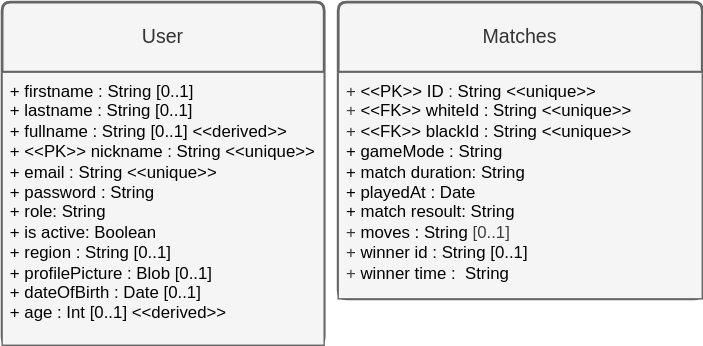
This is architecture/database-plannings/DB_UMLs.svg from baranyaigabor/NeuChessHu, a draw.io export, as it was before one commit. Source tidied: cells renumbered, new cells last; positions are measured from the earlier drawing's top-left corner, leaving out a move shared by most shapes.
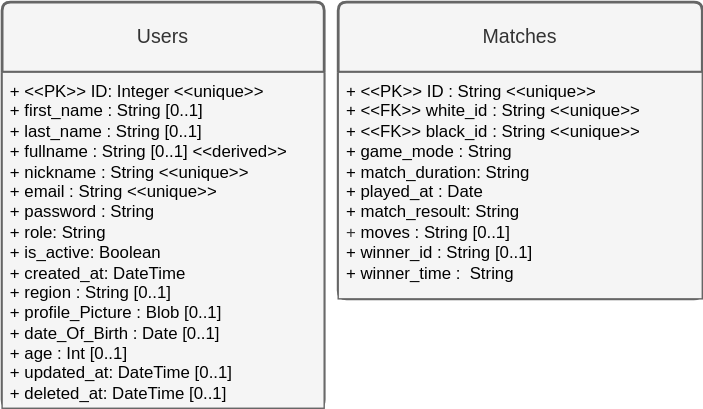
Later version of the same file.

Commit message:
Database UMLs updated

The edit, as a diff of the source:
```diff
@@ -2,17 +2,17 @@
   <root>
     <mxCell id="0" />
     <mxCell id="1" parent="0" />
-    <mxCell id="2" value="User" style="swimlane;horizontal=1;startSize=50;rounded=1;fontSize=14;fontStyle=0;strokeWidth=2;shadow=0;dashed=0;align=center;arcSize=4;whiteSpace=wrap;html=1;fillColor=#f5f5f5;fontColor=#333333;strokeColor=#666666;" parent="1" vertex="1">
-      <mxGeometry width="230" height="245" as="geometry" />
-    </mxCell>
-    <mxCell id="3" value="&lt;div&gt;&lt;font style=&quot;color: rgb(0, 0, 0);&quot;&gt;+ firstname : String&amp;nbsp;[0..1]&lt;/font&gt;&lt;/div&gt;&lt;div&gt;&lt;font style=&quot;color: rgb(0, 0, 0);&quot;&gt;+ lastname : String&amp;nbsp;[0..1]&lt;/font&gt;&lt;/div&gt;&lt;div&gt;&lt;font style=&quot;color: rgb(0, 0, 0);&quot;&gt;+ fullname : String&amp;nbsp;[0..1] &amp;lt;&amp;lt;derived&amp;gt;&amp;gt;&lt;/font&gt;&lt;/div&gt;&lt;div&gt;&lt;font&gt;&lt;font style=&quot;color: rgb(0, 0, 0);&quot;&gt;+&amp;nbsp;&lt;/font&gt;&lt;span style=&quot;background-color: transparent;&quot;&gt;&lt;font style=&quot;color: rgb(0, 0, 0);&quot;&gt;&amp;lt;&amp;lt;PK&amp;gt;&amp;gt;&lt;/font&gt;&lt;/span&gt;&lt;font&gt;&lt;span style=&quot;color: rgb(51, 51, 51); background-color: transparent;&quot;&gt;&amp;nbsp;&lt;/span&gt;&lt;span style=&quot;background-color: transparent; color: rgb(63, 63, 63);&quot;&gt;&lt;font style=&quot;color: rgb(0, 0, 0);&quot;&gt;nickname : String&amp;nbsp;&amp;lt;&amp;lt;unique&amp;gt;&amp;gt;&lt;/font&gt;&lt;/span&gt;&lt;/font&gt;&lt;/font&gt;&lt;/div&gt;&lt;div&gt;&lt;font&gt;&lt;font style=&quot;color: rgb(0, 0, 0);&quot;&gt;+ email : String&amp;nbsp;&lt;/font&gt;&lt;span style=&quot;background-color: transparent; color: rgb(63, 63, 63);&quot;&gt;&lt;font style=&quot;color: rgb(0, 0, 0);&quot;&gt;&amp;lt;&amp;lt;unique&amp;gt;&amp;gt;&lt;/font&gt;&lt;/span&gt;&lt;/font&gt;&lt;/div&gt;&lt;div&gt;&lt;font style=&quot;color: rgb(0, 0, 0);&quot;&gt;+ password : String&lt;/font&gt;&lt;/div&gt;&lt;div&gt;&lt;font style=&quot;color: rgb(0, 0, 0);&quot;&gt;+ role: String&lt;/font&gt;&lt;/div&gt;&lt;div&gt;&lt;font style=&quot;color: rgb(0, 0, 0);&quot;&gt;+ is active: Boolean&lt;/font&gt;&lt;/div&gt;&lt;div&gt;&lt;font style=&quot;color: rgb(0, 0, 0);&quot;&gt;+ region : String&amp;nbsp;[0..1]&lt;/font&gt;&lt;/div&gt;&lt;div&gt;&lt;font style=&quot;color: rgb(0, 0, 0);&quot;&gt;+ profilePicture : Blob [0..1]&lt;/font&gt;&lt;/div&gt;&lt;div&gt;&lt;font style=&quot;color: rgb(0, 0, 0);&quot;&gt;+ dateOfBirth : Date&amp;nbsp;[0..1]&lt;/font&gt;&lt;/div&gt;&lt;div&gt;&lt;font&gt;&lt;font style=&quot;color: rgb(0, 0, 0);&quot;&gt;+ age : Int&amp;nbsp;[0..1]&lt;/font&gt;&lt;span style=&quot;color: rgb(63, 63, 63); background-color: transparent;&quot;&gt;&amp;nbsp;&lt;/span&gt;&lt;span style=&quot;background-color: transparent; color: rgb(63, 63, 63);&quot;&gt;&lt;font style=&quot;color: rgb(0, 0, 0);&quot;&gt;&amp;lt;&amp;lt;derived&amp;gt;&amp;gt;&lt;/font&gt;&lt;/span&gt;&lt;/font&gt;&lt;/div&gt;" style="align=left;strokeColor=#666666;fillColor=#f5f5f5;spacingLeft=4;fontSize=12;verticalAlign=top;html=1;fontColor=#333333;" parent="2" vertex="1">
-      <mxGeometry y="50" width="230" height="195" as="geometry" />
-    </mxCell>
+    <mxCell id="6" value="Users" style="swimlane;horizontal=1;startSize=50;rounded=1;fontSize=14;fontStyle=0;strokeWidth=2;shadow=0;dashed=0;align=center;arcSize=4;whiteSpace=wrap;html=1;fillColor=#f5f5f5;fontColor=#333333;strokeColor=#666666;" parent="1" vertex="1">
+      <mxGeometry width="230" height="290" as="geometry" />
+    </mxCell>
+    <mxCell id="7" value="&lt;div&gt;&lt;font style=&quot;color: rgb(0, 0, 0);&quot;&gt;+ &amp;lt;&amp;lt;PK&amp;gt;&amp;gt; ID: Integer&amp;nbsp;&lt;span style=&quot;color: rgb(0, 0, 0);&quot;&gt;&amp;lt;&amp;lt;unique&amp;gt;&amp;gt;&lt;/span&gt;&lt;br&gt;+ first_name : String&amp;nbsp;[0..1]&lt;/font&gt;&lt;/div&gt;&lt;div&gt;&lt;font style=&quot;color: rgb(0, 0, 0);&quot;&gt;+ last_name : String&amp;nbsp;[0..1]&lt;/font&gt;&lt;/div&gt;&lt;div&gt;&lt;font style=&quot;color: rgb(0, 0, 0);&quot;&gt;+ fullname : String&amp;nbsp;[0..1] &amp;lt;&amp;lt;derived&amp;gt;&amp;gt;&lt;/font&gt;&lt;/div&gt;&lt;div&gt;&lt;font&gt;&lt;font&gt;&lt;font style=&quot;color: rgb(0, 0, 0);&quot;&gt;+&amp;nbsp;&lt;/font&gt;&lt;span style=&quot;background-color: transparent;&quot;&gt;&lt;font style=&quot;color: rgb(0, 0, 0);&quot;&gt;nickname : String&amp;nbsp;&amp;lt;&amp;lt;unique&amp;gt;&amp;gt;&lt;/font&gt;&lt;/span&gt;&lt;/font&gt;&lt;/font&gt;&lt;/div&gt;&lt;div&gt;&lt;font&gt;&lt;font style=&quot;color: rgb(0, 0, 0);&quot;&gt;+ email : String&amp;nbsp;&lt;/font&gt;&lt;span style=&quot;background-color: transparent;&quot;&gt;&lt;font style=&quot;color: rgb(0, 0, 0);&quot;&gt;&amp;lt;&amp;lt;unique&amp;gt;&amp;gt;&lt;/font&gt;&lt;/span&gt;&lt;/font&gt;&lt;/div&gt;&lt;div&gt;&lt;font style=&quot;color: rgb(0, 0, 0);&quot;&gt;+ password : String&lt;/font&gt;&lt;/div&gt;&lt;div&gt;&lt;font style=&quot;color: rgb(0, 0, 0);&quot;&gt;+ role: String&lt;/font&gt;&lt;/div&gt;&lt;div&gt;&lt;font style=&quot;color: rgb(0, 0, 0);&quot;&gt;+ is_active: Boolean&lt;/font&gt;&lt;/div&gt;&lt;div&gt;&lt;font style=&quot;color: rgb(0, 0, 0);&quot;&gt;&lt;span style=&quot;color: rgb(0, 0, 0);&quot;&gt;+ created_at: DateTime&lt;/span&gt;&lt;/font&gt;&lt;/div&gt;&lt;div&gt;&lt;font style=&quot;color: rgb(0, 0, 0);&quot;&gt;+ region : String&amp;nbsp;[0..1]&lt;/font&gt;&lt;/div&gt;&lt;div&gt;&lt;font style=&quot;color: rgb(0, 0, 0);&quot;&gt;+ profile_Picture : Blob [0..1]&lt;/font&gt;&lt;/div&gt;&lt;div&gt;&lt;font style=&quot;color: rgb(0, 0, 0);&quot;&gt;+ date_Of_Birth : Date&amp;nbsp;[0..1]&lt;/font&gt;&lt;/div&gt;&lt;div&gt;&lt;font&gt;&lt;font style=&quot;color: rgb(0, 0, 0);&quot;&gt;+ age : Int&amp;nbsp;[0..1]&lt;/font&gt;&lt;span style=&quot;color: rgb(63, 63, 63); background-color: transparent;&quot;&gt;&amp;nbsp;&lt;/span&gt;&lt;span style=&quot;background-color: transparent; color: rgb(63, 63, 63);&quot;&gt;&lt;font color=&quot;#000000&quot;&gt;&amp;nbsp;&lt;/font&gt;&lt;/span&gt;&lt;/font&gt;&lt;/div&gt;&lt;div&gt;&lt;font&gt;&lt;span style=&quot;background-color: transparent; color: rgb(63, 63, 63);&quot;&gt;&lt;font color=&quot;#000000&quot;&gt;+ updated_at: DateTime [0..1]&lt;/font&gt;&lt;/span&gt;&lt;/font&gt;&lt;/div&gt;&lt;div&gt;&lt;font&gt;&lt;span style=&quot;background-color: transparent; color: rgb(63, 63, 63);&quot;&gt;&lt;font color=&quot;#000000&quot;&gt;+ deleted_at: DateTime [0..1]&lt;/font&gt;&lt;/span&gt;&lt;/font&gt;&lt;/div&gt;" style="align=left;strokeColor=#666666;fillColor=#f5f5f5;spacingLeft=4;fontSize=12;verticalAlign=top;html=1;fontColor=#333333;" parent="6" vertex="1">
+      <mxGeometry y="50" width="230" height="240" as="geometry" />
+    </mxCell>
     <mxCell id="4" value="Matches" style="swimlane;horizontal=1;startSize=50;rounded=1;fontSize=14;fontStyle=0;strokeWidth=2;shadow=0;dashed=0;align=center;arcSize=4;whiteSpace=wrap;html=1;fillColor=#f5f5f5;fontColor=#333333;strokeColor=#666666;" parent="1" vertex="1">
       <mxGeometry x="240" width="260" height="211.9" as="geometry" />
     </mxCell>
-    <mxCell id="5" value="+ &lt;font style=&quot;color: rgb(0, 0, 0);&quot;&gt;&amp;lt;&amp;lt;PK&amp;gt;&amp;gt; ID&lt;/font&gt; : &lt;font&gt;&lt;font style=&quot;color: rgb(0, 0, 0);&quot;&gt;String&amp;nbsp;&lt;/font&gt;&lt;span style=&quot;color: rgb(63, 63, 63);&quot;&gt;&lt;font style=&quot;color: rgb(0, 0, 0);&quot;&gt;&amp;lt;&amp;lt;unique&amp;gt;&amp;gt;&lt;/font&gt;&lt;/span&gt;&lt;/font&gt;&lt;div&gt;&lt;span style=&quot;color: rgb(63, 63, 63);&quot;&gt;+ &lt;/span&gt;&lt;span style=&quot;color: rgb(63, 63, 63);&quot;&gt;&lt;font style=&quot;color: rgb(0, 0, 0);&quot;&gt;&amp;lt;&amp;lt;FK&amp;gt;&amp;gt; whiteId&lt;/font&gt;&lt;/span&gt;&lt;span style=&quot;scrollbar-color: rgb(226, 226, 226) rgb(251, 251, 251); background-color: transparent; color: rgb(0, 0, 0);&quot;&gt;&amp;nbsp;&lt;/span&gt;&lt;span style=&quot;scrollbar-color: rgb(226, 226, 226) rgb(251, 251, 251); background-color: transparent; color: rgb(0, 0, 0);&quot;&gt;: String&amp;nbsp;&amp;lt;&amp;lt;unique&amp;gt;&amp;gt;&lt;/span&gt;&lt;br&gt;&lt;div&gt;+ &lt;font style=&quot;color: rgb(0, 0, 0);&quot;&gt;&amp;lt;&amp;lt;FK&amp;gt;&amp;gt; blackId&lt;/font&gt;&lt;span style=&quot;color: rgb(0, 0, 0); background-color: transparent;&quot;&gt;&amp;nbsp;&lt;/span&gt;&lt;span style=&quot;color: rgb(0, 0, 0); background-color: transparent;&quot;&gt;: String&amp;nbsp;&amp;lt;&amp;lt;unique&amp;gt;&amp;gt;&lt;/span&gt;&lt;/div&gt;&lt;div&gt;&lt;span style=&quot;color: rgb(0, 0, 0); background-color: transparent;&quot;&gt;+ gameMode : String&lt;/span&gt;&lt;/div&gt;&lt;div&gt;&lt;span style=&quot;color: rgb(0, 0, 0); background-color: transparent;&quot;&gt;+ match duration: String&lt;/span&gt;&lt;/div&gt;&lt;div&gt;&lt;span style=&quot;color: rgb(0, 0, 0); background-color: transparent;&quot;&gt;+ playedAt : Date&lt;/span&gt;&lt;/div&gt;&lt;div&gt;&lt;span style=&quot;color: rgb(0, 0, 0); background-color: transparent;&quot;&gt;+ match resoult: String&lt;/span&gt;&lt;/div&gt;&lt;div&gt;+ &lt;font style=&quot;color: rgb(0, 0, 0);&quot;&gt;moves : String&amp;nbsp;&lt;span style=&quot;background-color: transparent; color: rgb(63, 63, 63);&quot;&gt;[0..1]&lt;/span&gt;&lt;/font&gt;&lt;/div&gt;&lt;div&gt;+ &lt;font style=&quot;color: rgb(0, 0, 0);&quot;&gt;winner id : String&amp;nbsp;&lt;/font&gt;&lt;span style=&quot;background-color: transparent;&quot;&gt;&lt;font style=&quot;color: rgb(0, 0, 0);&quot;&gt;[0..1]&lt;/font&gt;&lt;br&gt;&lt;span style=&quot;color: rgb(63, 63, 63);&quot;&gt;+ &lt;/span&gt;&lt;span style=&quot;color: rgb(63, 63, 63);&quot;&gt;&lt;font style=&quot;color: rgb(0, 0, 0);&quot;&gt;winner time :&amp;nbsp; String&lt;/font&gt;&lt;/span&gt;&lt;/span&gt;&lt;/div&gt;&lt;/div&gt;" style="align=left;strokeColor=#666666;fillColor=#f5f5f5;spacingLeft=4;fontSize=12;verticalAlign=top;html=1;fontColor=#333333;" parent="4" vertex="1">
-      <mxGeometry y="50" width="260" height="161.9" as="geometry" />
-    </mxCell>
+    <mxCell id="8" value="&lt;font&gt;&lt;font style=&quot;color: rgb(0, 0, 0);&quot;&gt;+ &amp;lt;&amp;lt;PK&amp;gt;&amp;gt; ID : String&amp;nbsp;&lt;/font&gt;&lt;span style=&quot;color: rgb(63, 63, 63);&quot;&gt;&lt;font style=&quot;color: rgb(0, 0, 0);&quot;&gt;&amp;lt;&amp;lt;unique&amp;gt;&amp;gt;&lt;/font&gt;&lt;/span&gt;&lt;/font&gt;&lt;div&gt;&lt;span&gt;&lt;font style=&quot;color: rgb(0, 0, 0);&quot;&gt;+ &amp;lt;&amp;lt;FK&amp;gt;&amp;gt; white_id&lt;/font&gt;&lt;/span&gt;&lt;span style=&quot;scrollbar-color: rgb(226, 226, 226) rgb(251, 251, 251); background-color: transparent; color: rgb(0, 0, 0);&quot;&gt;&amp;nbsp;&lt;/span&gt;&lt;span style=&quot;scrollbar-color: rgb(226, 226, 226) rgb(251, 251, 251); background-color: transparent; color: rgb(0, 0, 0);&quot;&gt;: String&amp;nbsp;&amp;lt;&amp;lt;unique&amp;gt;&amp;gt;&lt;/span&gt;&lt;br&gt;&lt;div&gt;&lt;font style=&quot;color: rgb(0, 0, 0);&quot;&gt;+ &amp;lt;&amp;lt;FK&amp;gt;&amp;gt; black_id&lt;/font&gt;&lt;span style=&quot;color: rgb(0, 0, 0); background-color: transparent;&quot;&gt;&amp;nbsp;&lt;/span&gt;&lt;span style=&quot;color: rgb(0, 0, 0); background-color: transparent;&quot;&gt;: String&amp;nbsp;&amp;lt;&amp;lt;unique&amp;gt;&amp;gt;&lt;/span&gt;&lt;/div&gt;&lt;div&gt;&lt;span style=&quot;color: rgb(0, 0, 0); background-color: transparent;&quot;&gt;+ game_mode : String&lt;/span&gt;&lt;/div&gt;&lt;div&gt;&lt;span style=&quot;color: rgb(0, 0, 0); background-color: transparent;&quot;&gt;+ match_duration: String&lt;/span&gt;&lt;/div&gt;&lt;div&gt;&lt;span style=&quot;color: rgb(0, 0, 0); background-color: transparent;&quot;&gt;+ played_at : Date&lt;/span&gt;&lt;/div&gt;&lt;div&gt;&lt;span style=&quot;color: rgb(0, 0, 0); background-color: transparent;&quot;&gt;+ match_resoult: String&lt;/span&gt;&lt;/div&gt;&lt;div&gt;+ &lt;font&gt;&lt;font style=&quot;color: rgb(0, 0, 0);&quot;&gt;moves : String&amp;nbsp;&lt;/font&gt;&lt;span style=&quot;background-color: transparent; color: rgb(63, 63, 63);&quot;&gt;&lt;font style=&quot;color: rgb(0, 0, 0);&quot;&gt;[0..1]&lt;/font&gt;&lt;/span&gt;&lt;/font&gt;&lt;/div&gt;&lt;div&gt;&lt;font style=&quot;color: rgb(0, 0, 0);&quot;&gt;+ winner_id : String&amp;nbsp;&lt;/font&gt;&lt;span style=&quot;background-color: transparent;&quot;&gt;&lt;font style=&quot;color: rgb(0, 0, 0);&quot;&gt;[0..1]&lt;/font&gt;&lt;br&gt;&lt;span&gt;&lt;font style=&quot;color: rgb(0, 0, 0);&quot;&gt;+ winner_time :&amp;nbsp; String&lt;/font&gt;&lt;/span&gt;&lt;/span&gt;&lt;/div&gt;&lt;/div&gt;" style="align=left;strokeColor=#666666;fillColor=#f5f5f5;spacingLeft=4;fontSize=12;verticalAlign=top;html=1;fontColor=#333333;" parent="4" vertex="1">
+      <mxGeometry y="50" width="260" height="161.9" as="geometry" />
+    </mxCell>
   </root>
 </mxGraphModel>
```
